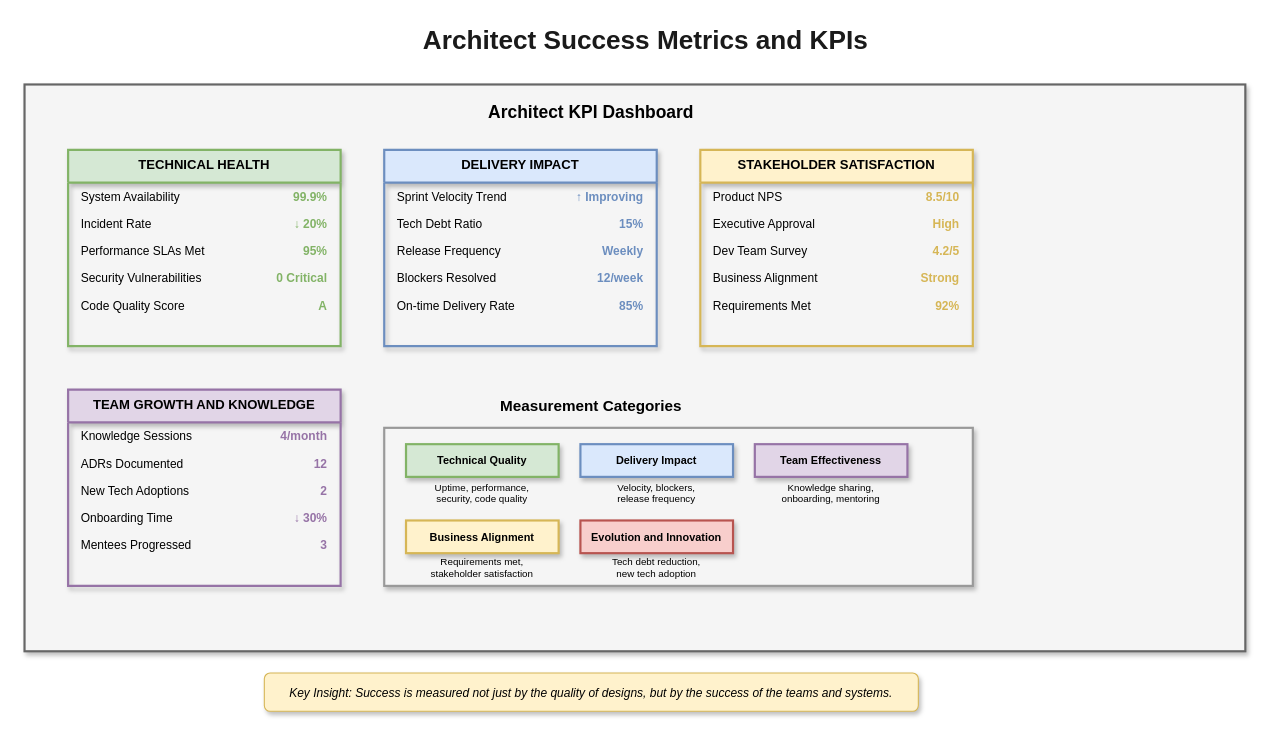
The draw.io diagram lesson-00-software-architect-overview/04-success-metrics/4.1-success-metrics-kpis.drawio in MrParkerZ7/document-lesson-software-architect-x-claude, before the edit. Source tidied: cells renumbered, new cells numbered last; positions are measured from the earlier drawing's top-left corner, leaving out a move shared by most shapes. Both pictures are drawn from the tidied source at 109%, with x=0, y=0 at pixel (24, 19).
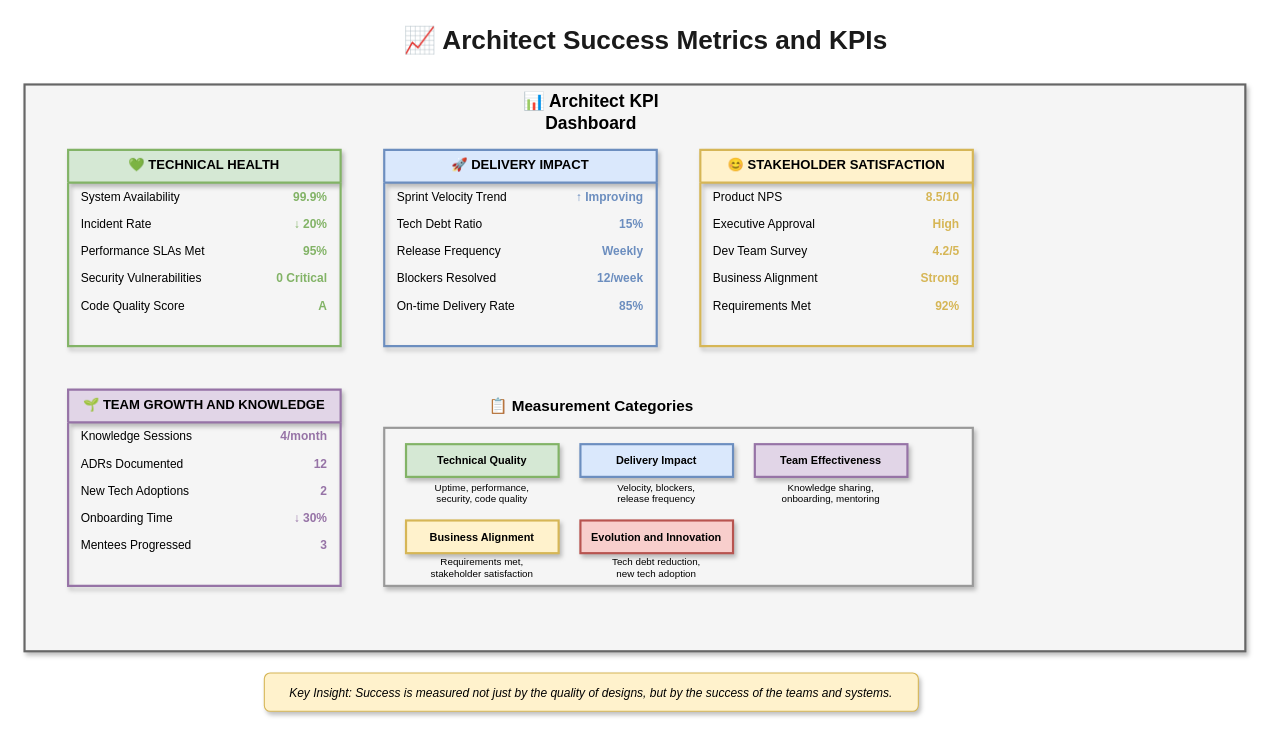
The same page after the edit.

The edit, as a diff of the source:
```diff
@@
-    <mxCell id="2" value="Architect Success Metrics and KPIs" style="text;html=1;strokeColor=none;fillColor=none;align=center;verticalAlign=middle;whiteSpace=wrap;rounded=0;fontSize=24;fontStyle=1;fontColor=#1a1a1a;" parent="1" vertex="1">
+    <mxCell id="2" value="📈 Architect Success Metrics and KPIs" style="text;html=1;strokeColor=none;fillColor=none;align=center;verticalAlign=middle;whiteSpace=wrap;rounded=0;fontSize=24;fontStyle=1;fontColor=#1a1a1a;" parent="1" vertex="1">
       <mxGeometry x="320" width="500" height="40" as="geometry" />
     </mxCell>
@@
-    <mxCell id="4" value="Architect KPI Dashboard" style="text;html=1;strokeColor=none;fillColor=none;align=center;verticalAlign=middle;whiteSpace=wrap;rounded=0;fontSize=16;fontStyle=1;" parent="1" vertex="1">
+    <mxCell id="4" value="📊 Architect KPI Dashboard" style="text;html=1;strokeColor=none;fillColor=none;align=center;verticalAlign=middle;whiteSpace=wrap;rounded=0;fontSize=16;fontStyle=1;" parent="1" vertex="1">
       <mxGeometry x="420" y="70" width="200" height="30" as="geometry" />
     </mxCell>
-    <mxCell id="5" value="TECHNICAL HEALTH" style="swimlane;fontStyle=1;align=center;verticalAlign=top;horizontal=1;startSize=30;fillColor=#d5e8d4;strokeColor=#82b366;fontSize=12;shadow=1;strokeWidth=2;rounded=0;" parent="1" vertex="1">
+    <mxCell id="5" value="💚 TECHNICAL HEALTH" style="swimlane;fontStyle=1;align=center;verticalAlign=top;horizontal=1;startSize=30;fillColor=#d5e8d4;strokeColor=#82b366;fontSize=12;shadow=1;strokeWidth=2;rounded=0;" parent="1" vertex="1">
       <mxGeometry x="40" y="120" width="250" height="180" as="geometry" />
     </mxCell>
@@
-    <mxCell id="16" value="DELIVERY IMPACT" style="swimlane;fontStyle=1;align=center;verticalAlign=top;horizontal=1;startSize=30;fillColor=#dae8fc;strokeColor=#6c8ebf;fontSize=12;shadow=1;strokeWidth=2;rounded=0;" parent="1" vertex="1">
+    <mxCell id="16" value="🚀 DELIVERY IMPACT" style="swimlane;fontStyle=1;align=center;verticalAlign=top;horizontal=1;startSize=30;fillColor=#dae8fc;strokeColor=#6c8ebf;fontSize=12;shadow=1;strokeWidth=2;rounded=0;" parent="1" vertex="1">
       <mxGeometry x="330" y="120" width="250" height="180" as="geometry" />
     </mxCell>
@@
-    <mxCell id="27" value="STAKEHOLDER SATISFACTION" style="swimlane;fontStyle=1;align=center;verticalAlign=top;horizontal=1;startSize=30;fillColor=#fff2cc;strokeColor=#d6b656;fontSize=12;shadow=1;strokeWidth=2;rounded=0;" parent="1" vertex="1">
+    <mxCell id="27" value="😊 STAKEHOLDER SATISFACTION" style="swimlane;fontStyle=1;align=center;verticalAlign=top;horizontal=1;startSize=30;fillColor=#fff2cc;strokeColor=#d6b656;fontSize=12;shadow=1;strokeWidth=2;rounded=0;" parent="1" vertex="1">
       <mxGeometry x="620" y="120" width="250" height="180" as="geometry" />
     </mxCell>
@@
-    <mxCell id="38" value="TEAM GROWTH AND KNOWLEDGE" style="swimlane;fontStyle=1;align=center;verticalAlign=top;horizontal=1;startSize=30;fillColor=#e1d5e7;strokeColor=#9673a6;fontSize=12;shadow=1;strokeWidth=2;rounded=0;" parent="1" vertex="1">
+    <mxCell id="38" value="🌱 TEAM GROWTH AND KNOWLEDGE" style="swimlane;fontStyle=1;align=center;verticalAlign=top;horizontal=1;startSize=30;fillColor=#e1d5e7;strokeColor=#9673a6;fontSize=12;shadow=1;strokeWidth=2;rounded=0;" parent="1" vertex="1">
       <mxGeometry x="40" y="340" width="250" height="180" as="geometry" />
     </mxCell>
@@
-    <mxCell id="49" value="Measurement Categories" style="text;html=1;strokeColor=none;fillColor=none;align=center;verticalAlign=middle;whiteSpace=wrap;rounded=0;fontSize=14;fontStyle=1;" parent="1" vertex="1">
+    <mxCell id="49" value="📋 Measurement Categories" style="text;html=1;strokeColor=none;fillColor=none;align=center;verticalAlign=middle;whiteSpace=wrap;rounded=0;fontSize=14;fontStyle=1;" parent="1" vertex="1">
       <mxGeometry x="420" y="340" width="200" height="30" as="geometry" />
     </mxCell>
```
